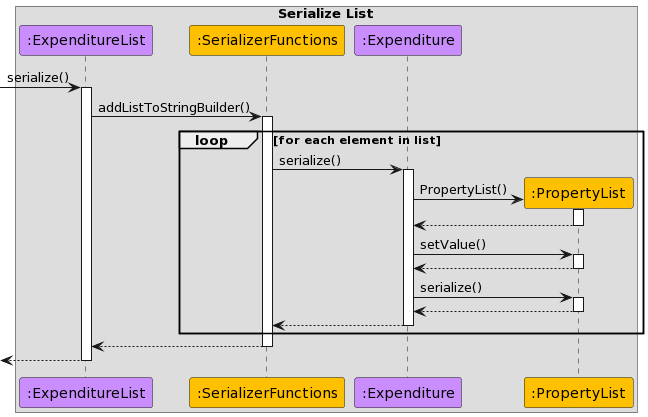
nus-cs2113-AY2122S2/tp keeps this PlantUML diagram as docs/images/SerializeListSequenceDiagram.png. Above is the earlier version.
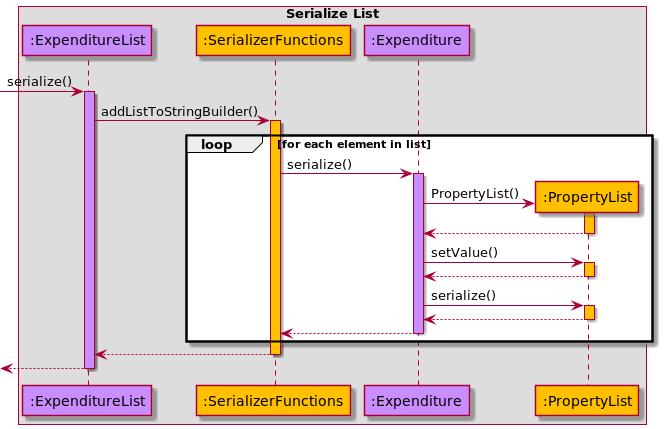
Later version of the same file.

Diff of the diagram source:
```diff
@@ -1,18 +1,5 @@
 @startuml
-!define LOGIC_COLOR #3333C4
-!define LOGIC_COLOR_T1 #7777DB
-!define LOGIC_COLOR_T2 #5252CE
-!define LOGIC_COLOR_T3 #1616B0
-!define LOGIC_COLOR_T4 #101086
-
-!define MMM_COLOUR #dddddd
-!define PARSER_COLOUR #00b0f0
-!define UI_COLOUR #92d050
-!define COMMANDS_COLOUR #ff5050
-!define STORAGE_COLOUR #ffc000
-!define HELPER_COLOUR #e6d6c2
-!define USERFINANCIAL_COLOUR #ca8dfd
-!define DATA_COLOUR #aeed00
+!include Style.puml
 
 box Serialize List
 participant ":ExpenditureList" as ExpenditureList USERFINANCIAL_COLOUR
@@ -21,22 +8,28 @@
 participant ":PropertyList" as PropertyList STORAGE_COLOUR
 end box
 
-[-> ExpenditureList ++ : serialize()
-ExpenditureList -> SerializerFunctions ++ : addListToStringBuilder()
+[-> ExpenditureList : serialize()
+activate ExpenditureList USERFINANCIAL_COLOUR
+ExpenditureList -> SerializerFunctions : addListToStringBuilder()
+activate SerializerFunctions STORAGE_COLOUR
 loop for each element in list
-    SerializerFunctions -> Expenditure ++ : serialize()
+    SerializerFunctions -> Expenditure : serialize()
+    activate Expenditure USERFINANCIAL_COLOUR
 
     Expenditure -> PropertyList ** : PropertyList()
-    activate PropertyList
+    activate PropertyList STORAGE_COLOUR
     deactivate PropertyList
     PropertyList --> Expenditure --
-    Expenditure -> PropertyList ++ : setValue()
+    Expenditure -> PropertyList : setValue()
+    activate PropertyList STORAGE_COLOUR
     PropertyList --> Expenditure --
-    Expenditure -> PropertyList ++ : serialize()
+    Expenditure -> PropertyList : serialize()
+    activate PropertyList STORAGE_COLOUR
     PropertyList --> Expenditure --
 
     Expenditure --> SerializerFunctions --
 end
 SerializerFunctions --> ExpenditureList --
 [<-- ExpenditureList --
+
 @enduml
```
